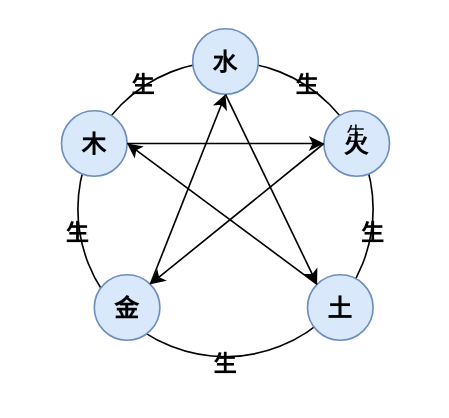
This is 易医玄门基础理论/五行/五行生克图.drawio from 328507133/chart, a draw.io file, before an edit. Source tidied: cells renumbered, new cells numbered last; positions are measured from the earlier drawing's top-left corner, leaving out a move shared by most shapes. Both pictures are drawn from the tidied source at 164%, with x=0, y=0 at pixel (28, 28).
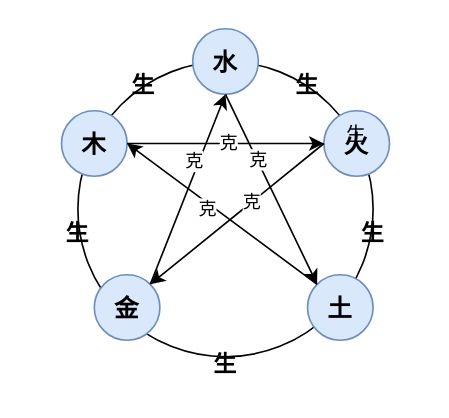
The same diagram, later.

Commit message (it also covers changes not shown here):
更新五行生克图.drawio

The change refers to these unchanged cells:
```xml
<mxCell id="8" style="endArrow=classic;html=1;rounded=0;entryX=0.5;entryY=1;entryDx=0;entryDy=0;exitX=1;exitY=0;exitDx=0;exitDy=0;" parent="1" edge="1" source="6" target="5">
  <mxGeometry relative="1" as="geometry" />
</mxCell>
<mxCell id="9" style="endArrow=classic;html=1;rounded=0;entryX=0;entryY=0;entryDx=0;entryDy=0;exitX=0.5;exitY=1;exitDx=0;exitDy=0;" parent="1" edge="1" source="5" target="7">
  <mxGeometry relative="1" as="geometry" />
</mxCell>
<mxCell id="10" style="endArrow=classic;html=1;rounded=0;exitX=1;exitY=0.5;exitDx=0;exitDy=0;entryX=0;entryY=0.5;entryDx=0;entryDy=0;" parent="1" edge="1" source="4" target="3">
  <mxGeometry relative="1" as="geometry" />
</mxCell>
<mxCell id="11" style="endArrow=classic;html=1;rounded=0;exitX=0;exitY=0.5;exitDx=0;exitDy=0;entryX=1;entryY=0;entryDx=0;entryDy=0;" parent="1" edge="1" source="3" target="6">
  <mxGeometry relative="1" as="geometry" />
</mxCell>
<mxCell id="12" style="endArrow=classic;html=1;rounded=0;entryX=1;entryY=0.5;entryDx=0;entryDy=0;exitX=0;exitY=0;exitDx=0;exitDy=0;" parent="1" edge="1" source="7" target="4">
  <mxGeometry relative="1" as="geometry" />
</mxCell>
```

What changed in the source:
```diff
@@
+    <mxCell id="19" value="克" style="edgeLabel;html=1;align=center;verticalAlign=middle;" parent="8" vertex="1">
+      <mxGeometry x="-0.42" y="1" relative="1" as="geometry">
+        <mxPoint x="14" y="-42" as="offset" />
+      </mxGeometry>
+    </mxCell>
@@
+    <mxCell id="20" value="克" style="edgeLabel;html=1;align=center;verticalAlign=middle;" parent="9" vertex="1">
+      <mxGeometry x="0.4" y="1" relative="1" as="geometry">
+        <mxPoint x="-20" y="-41" as="offset" />
+      </mxGeometry>
+    </mxCell>
@@
+    <mxCell id="21" value="克" style="edgeLabel;html=1;align=center;verticalAlign=middle;" parent="10" vertex="1">
+      <mxGeometry x="0.02" y="1" relative="1" as="geometry" />
+    </mxCell>
@@
+    <mxCell id="22" value="克" style="edgeLabel;html=1;align=center;verticalAlign=middle;" parent="11" vertex="1">
+      <mxGeometry x="-0.17" relative="1" as="geometry" />
+    </mxCell>
@@
+    <mxCell id="23" value="克" style="edgeLabel;html=1;align=center;verticalAlign=middle;" parent="12" vertex="1">
+      <mxGeometry x="0.14" y="3" relative="1" as="geometry" />
+    </mxCell>
```
